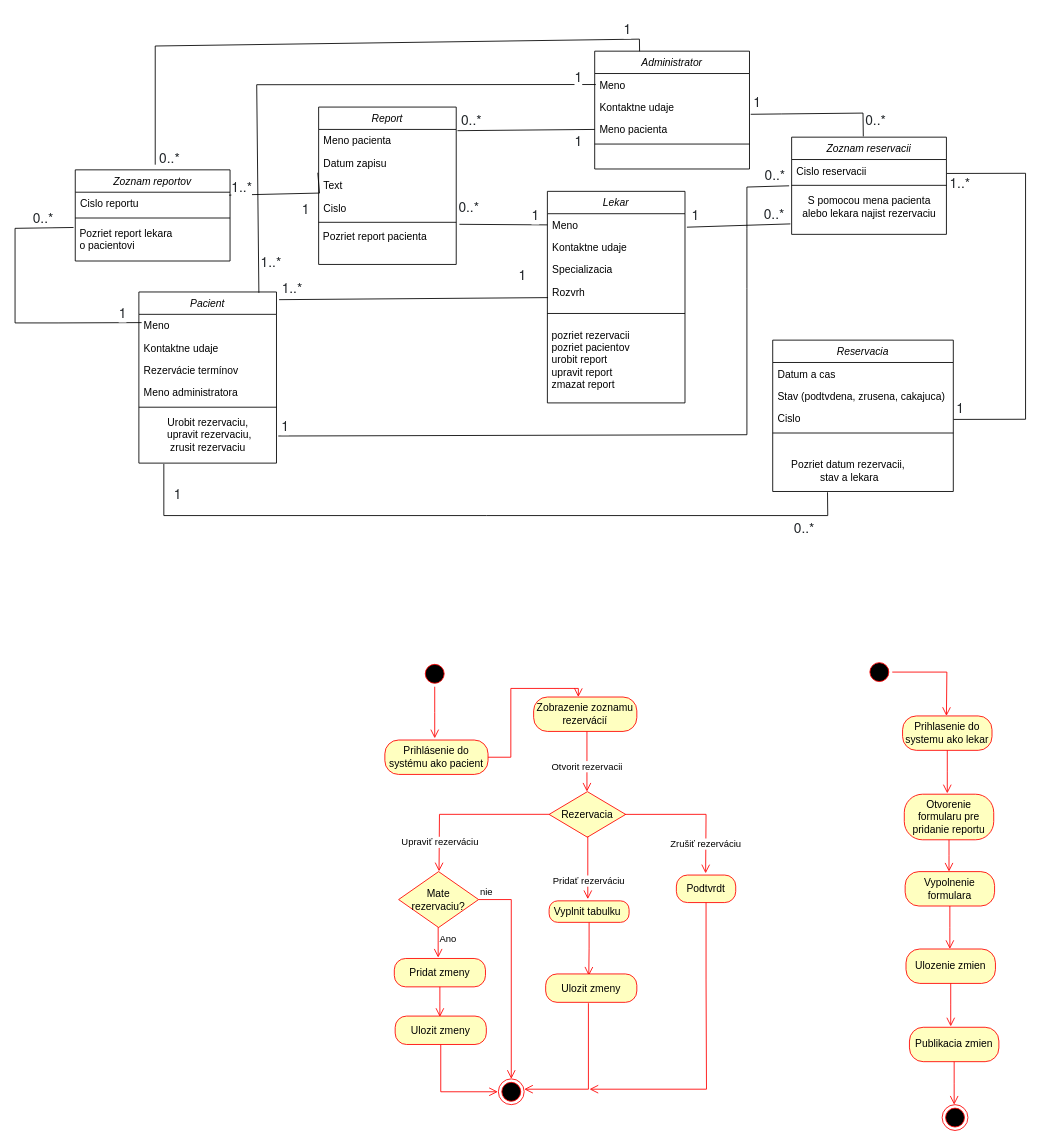
Above: Диаграмма без названия.drawio in Mixa-123098/someFunProject (draw.io), before the change. Source tidied: cells renumbered, new cells numbered last; positions are measured from the earlier drawing's top-left corner, leaving out a move shared by most shapes. Both pictures are drawn from the tidied source at 86%, with x=0, y=0 at pixel (15, 15).
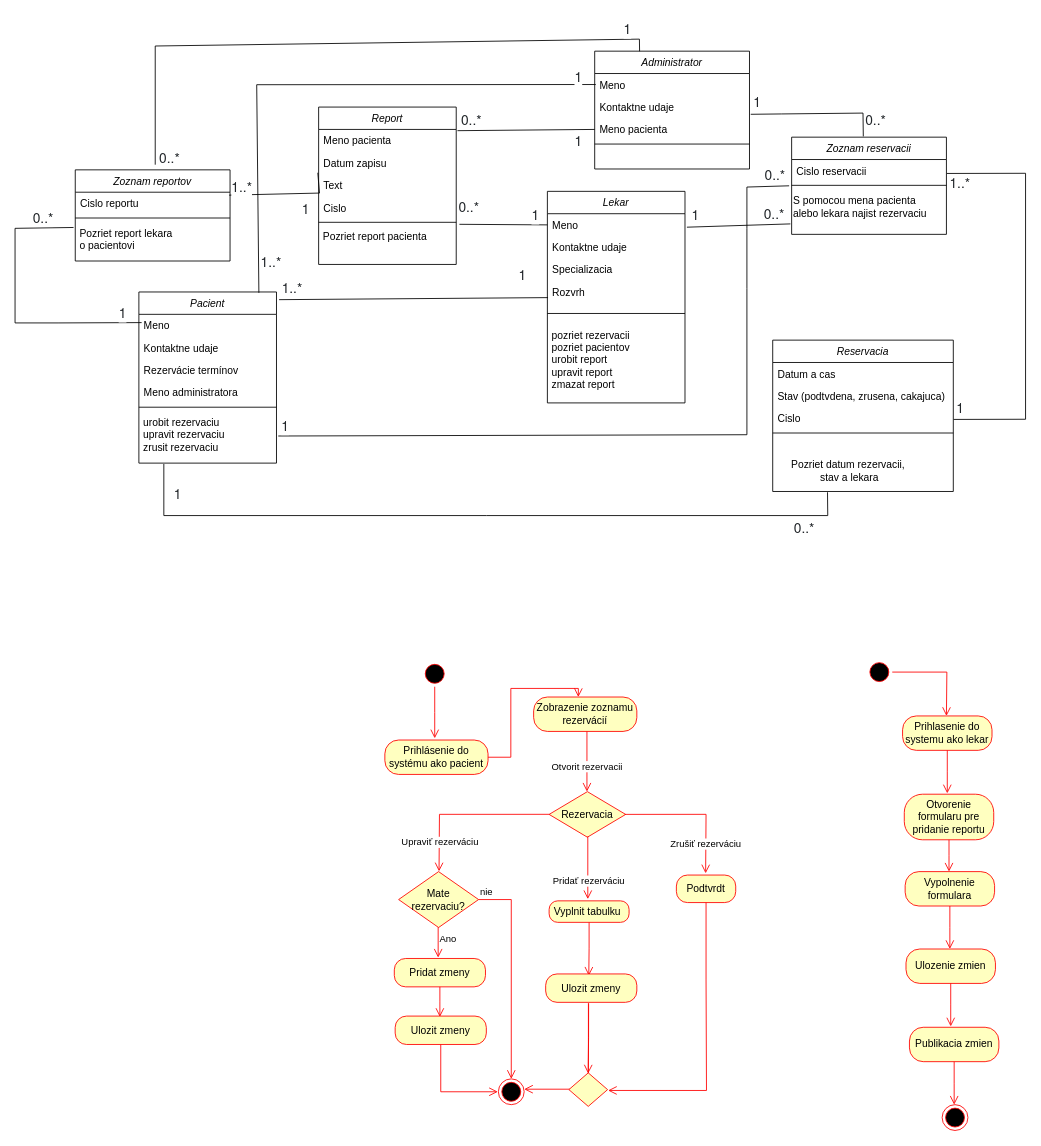
Above is the later version.

The change refers to these unchanged cells:
```xml
<mxCell id="2" value="Pacient" style="swimlane;fontStyle=2;align=center;verticalAlign=top;horizontal=1;startSize=26;rounded=0;shadow=0;strokeWidth=1;" parent="1" vertex="1">
  <mxGeometry x="144" y="322" width="160" height="199" as="geometry" />
</mxCell>
<mxCell id="53" value="Zoznam reservacii" style="swimlane;fontStyle=2;align=center;verticalAlign=top;horizontal=1;startSize=26;rounded=0;shadow=0;strokeWidth=1;" parent="1" vertex="1">
  <mxGeometry x="903" y="142" width="180" height="113" as="geometry" />
</mxCell>
<mxCell id="88" value="Podtvrdt" style="rounded=1;whiteSpace=wrap;html=1;arcSize=40;fontColor=#000000;fillColor=#ffffc0;strokeColor=#ff0000;" parent="1" vertex="1">
  <mxGeometry x="769" y="1000" width="69" height="32" as="geometry" />
</mxCell>
<mxCell id="93" value="Ulozit zmeny" style="rounded=1;whiteSpace=wrap;html=1;arcSize=40;fontColor=#000000;fillColor=#ffffc0;strokeColor=#ff0000;" parent="1" vertex="1">
  <mxGeometry x="617" y="1115" width="106" height="33" as="geometry" />
</mxCell>
```

The edit, as a diff of the source:
```diff
@@
-    <mxCell id="8" value="Urobit rezervaciu,&lt;br&gt;&amp;nbsp;upravit rezervaciu, &lt;br&gt;zrusit rezervaciu" style="text;html=1;align=center;verticalAlign=middle;points=[];strokeColor=none;fillColor=none;" parent="2" vertex="1">
+    <mxCell id="8" value="&amp;nbsp;urobit rezervaciu&lt;br&gt;&amp;nbsp;upravit rezervaciu&lt;br&gt;&amp;nbsp;zrusit rezervaciu" style="text;html=1;align=left;verticalAlign=middle;points=[];strokeColor=none;fillColor=none;" parent="2" vertex="1">
       <mxGeometry y="138" width="160" height="55" as="geometry" />
     </mxCell>
@@
-    <mxCell id="56" value="S pomocou mena pacienta &lt;br&gt;alebo lekara najist rezervaciu" style="text;html=1;align=center;verticalAlign=middle;points=[];strokeColor=none;fillColor=none;" parent="53" vertex="1">
+    <mxCell id="56" value="S pomocou mena pacienta &lt;br&gt;alebo lekara najist rezervaciu" style="text;html=1;align=left;verticalAlign=middle;points=[];strokeColor=none;fillColor=none;" parent="53" vertex="1">
       <mxGeometry y="60" width="180" height="41" as="geometry" />
     </mxCell>
@@
-    <mxCell id="89" style="edgeStyle=orthogonalEdgeStyle;html=1;verticalAlign=bottom;endArrow=open;endSize=8;strokeColor=#ff0000;rounded=0;" parent="1" edge="1" source="88">
+    <mxCell id="89" style="edgeStyle=orthogonalEdgeStyle;html=1;verticalAlign=bottom;endArrow=open;endSize=8;strokeColor=#ff0000;rounded=0;entryX=1.012;entryY=0.525;entryDx=0;entryDy=0;entryPerimeter=0;" parent="1" edge="1" source="88" target="119">
       <mxGeometry relative="1" as="geometry">
-        <mxPoint x="668" y="1249" as="targetPoint" />
         <Array as="points">
           <mxPoint x="803" y="1122" />
           <mxPoint x="804" y="1122" />
-          <mxPoint x="804" y="1249" />
+          <mxPoint x="804" y="1250" />
+          <mxPoint x="689" y="1250" />
         </Array>
       </mxGeometry>
     </mxCell>
@@
+    <mxCell id="119" style="rhombus;whiteSpace=wrap;html=1;fontColor=#000000;fillColor=#ffffc0;strokeColor=#ff0000;" parent="1" vertex="1">
+      <mxGeometry x="644" y="1230" width="45" height="39" as="geometry" />
+    </mxCell>
+    <mxCell id="120" style="edgeStyle=orthogonalEdgeStyle;html=1;verticalAlign=bottom;endArrow=open;endSize=8;strokeColor=#ff0000;rounded=0;exitX=0.471;exitY=1.037;exitDx=0;exitDy=0;exitPerimeter=0;entryX=0.497;entryY=0.019;entryDx=0;entryDy=0;entryPerimeter=0;" parent="1" edge="1" source="93" target="119">
+      <mxGeometry relative="1" as="geometry" />
+    </mxCell>
```
